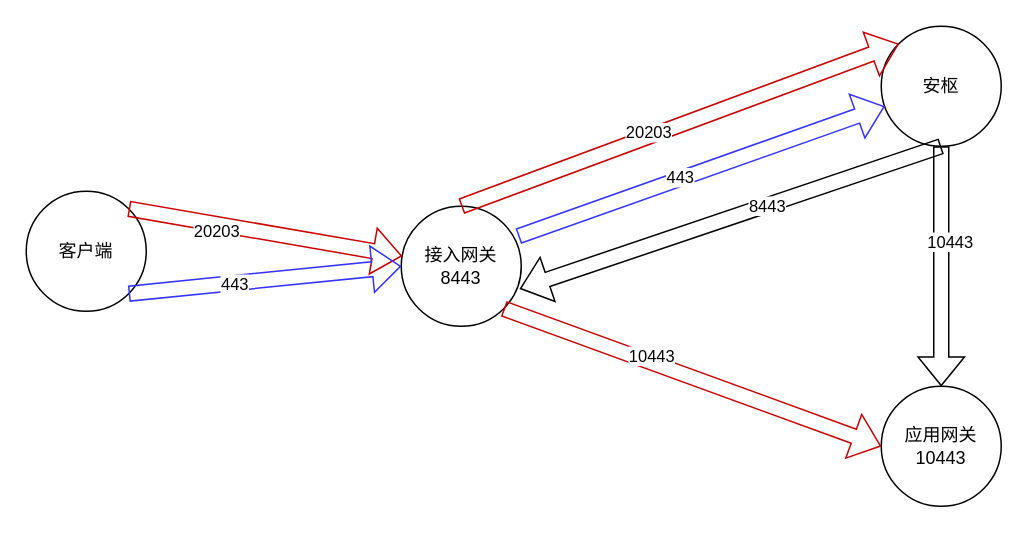
Above: keepalived.drawio in jiafengjason/draw.io (draw.io), before the change. Source tidied: cells renumbered, new cells numbered last; positions are measured from the earlier drawing's top-left corner, leaving out a move shared by most shapes. Both pictures are drawn from the tidied source at 150%, with x=0, y=0 at pixel (26, 26).
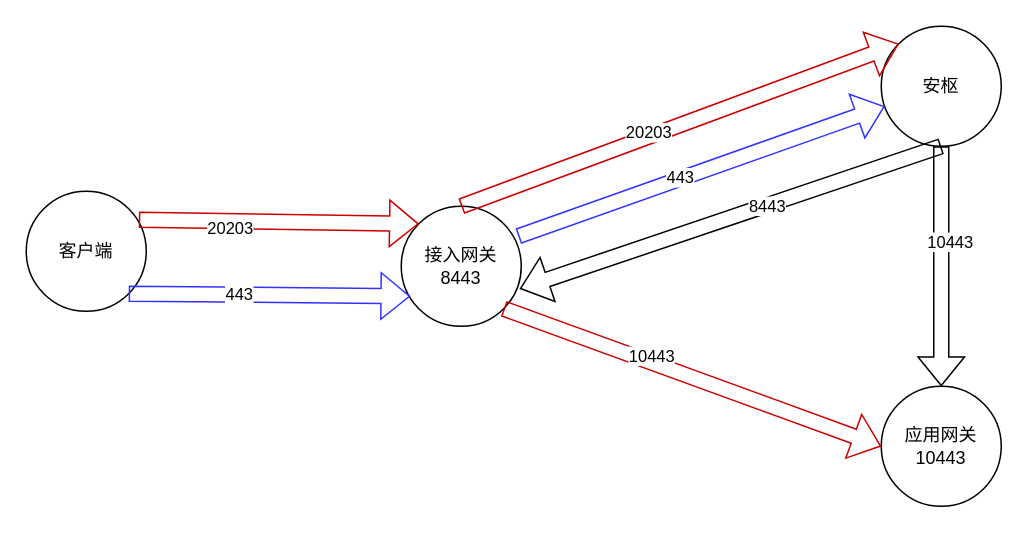
The same page after the edit.

The change refers to these unchanged cells:
```xml
<mxCell id="2" value="客户端" style="ellipse;whiteSpace=wrap;html=1;" parent="1" vertex="1">
  <mxGeometry y="110" width="80" height="80" as="geometry" />
</mxCell>
<mxCell id="3" value="接入网关&lt;br&gt;8443" style="ellipse;whiteSpace=wrap;html=1;" parent="1" vertex="1">
  <mxGeometry x="250" y="120" width="80" height="80" as="geometry" />
</mxCell>
```

Diff of the diagram source:
```diff
@@
-    <mxCell id="6" style="shape=flexArrow;endArrow=classic;html=1;rounded=0;strokeColor=#CC0000;exitX=1;exitY=0;exitDx=0;exitDy=0;" parent="1" edge="1" source="2" target="3">
+    <mxCell id="6" style="shape=flexArrow;endArrow=classic;html=1;rounded=0;strokeColor=#CC0000;exitX=0.938;exitY=0.238;exitDx=0;exitDy=0;entryX=0;entryY=0;entryDx=0;entryDy=0;exitPerimeter=0;" parent="1" edge="1" source="2" target="3">
       <mxGeometry relative="1" as="geometry" />
     </mxCell>
@@
-    <mxCell id="8" style="shape=flexArrow;endArrow=classic;html=1;rounded=0;strokeColor=#3333FF;exitX=1;exitY=1;exitDx=0;exitDy=0;entryX=0;entryY=0.5;entryDx=0;entryDy=0;" parent="1" edge="1" source="2" target="3">
+    <mxCell id="8" style="shape=flexArrow;endArrow=classic;html=1;rounded=0;strokeColor=#3333FF;exitX=1;exitY=1;exitDx=0;exitDy=0;entryX=0.075;entryY=0.75;entryDx=0;entryDy=0;entryPerimeter=0;" parent="1" edge="1" source="2" target="3">
       <mxGeometry relative="1" as="geometry" />
     </mxCell>
```
